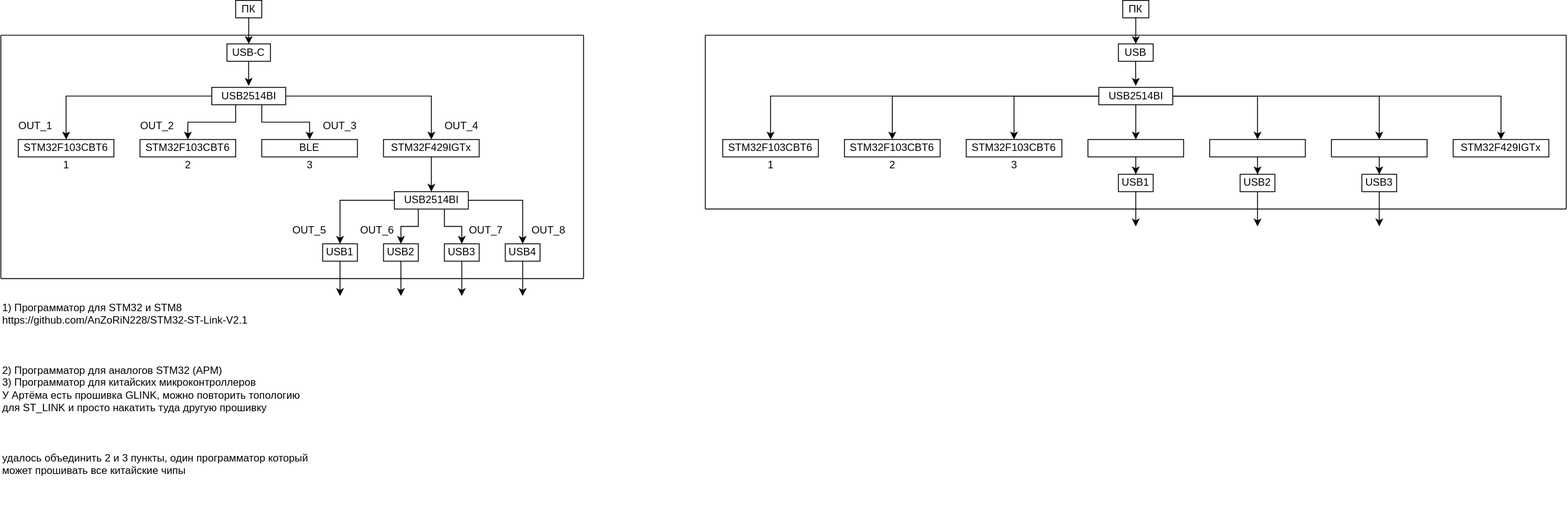
This is Блок схема.svg from Andrianov-Daniil/Smart_USB_Hub, a draw.io export, as it was before one commit. Source tidied: cells renumbered, new cells last; positions are measured from the earlier drawing's top-left corner, leaving out a move shared by most shapes.
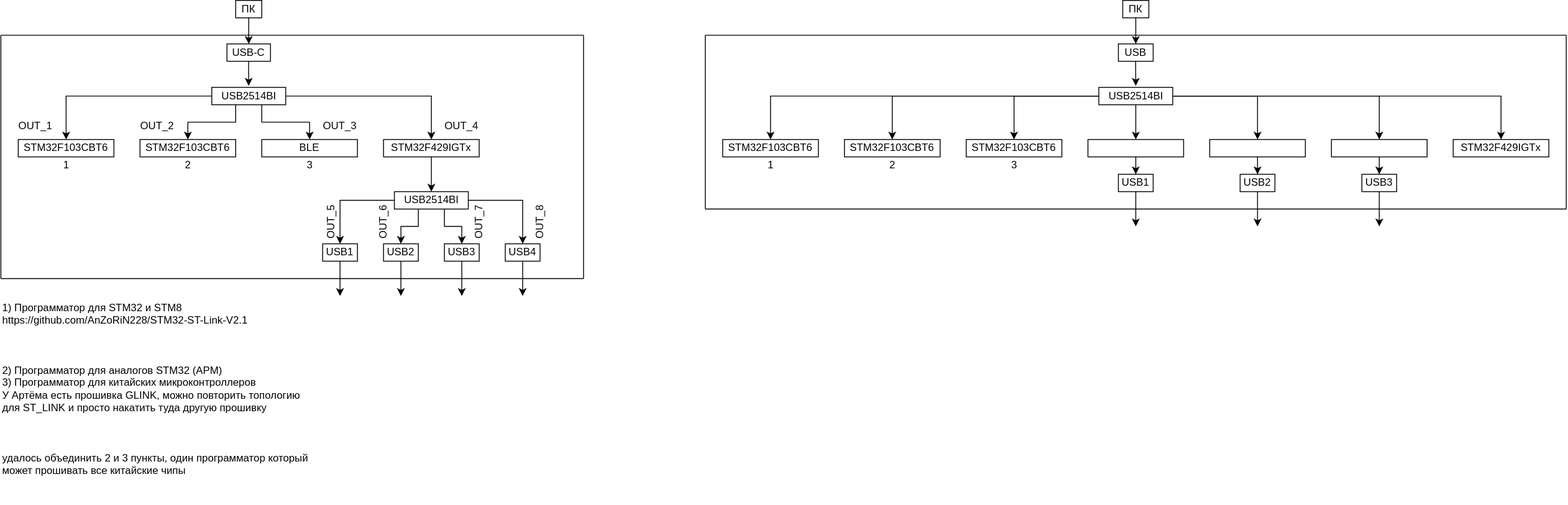
After the commit.

Diff of the diagram source:
```diff
@@ -292,17 +292,17 @@
     <mxCell id="75" value="OUT_4" style="text;html=1;whiteSpace=wrap;strokeColor=none;fillColor=none;align=center;verticalAlign=middle;rounded=0;" parent="1" vertex="1">
       <mxGeometry x="510" y="140" width="40" height="10" as="geometry" />
     </mxCell>
-    <mxCell id="76" value="OUT_5" style="text;html=1;whiteSpace=wrap;strokeColor=none;fillColor=none;align=center;verticalAlign=middle;rounded=0;" parent="1" vertex="1">
-      <mxGeometry x="335" y="260" width="40" height="10" as="geometry" />
+    <mxCell id="76" value="OUT_5" style="text;html=1;whiteSpace=wrap;strokeColor=none;fillColor=none;align=center;verticalAlign=middle;rounded=0;rotation=270;" parent="1" vertex="1">
+      <mxGeometry x="360" y="250" width="40" height="10" as="geometry" />
     </mxCell>
-    <mxCell id="77" value="OUT_6" style="text;html=1;whiteSpace=wrap;strokeColor=none;fillColor=none;align=center;verticalAlign=middle;rounded=0;" parent="1" vertex="1">
-      <mxGeometry x="412.5" y="260" width="40" height="10" as="geometry" />
+    <mxCell id="77" value="OUT_6" style="text;html=1;whiteSpace=wrap;strokeColor=none;fillColor=none;align=center;verticalAlign=middle;rounded=0;rotation=270;" parent="1" vertex="1">
+      <mxGeometry x="420" y="250" width="40" height="10" as="geometry" />
     </mxCell>
-    <mxCell id="78" value="OUT_7" style="text;html=1;whiteSpace=wrap;strokeColor=none;fillColor=none;align=center;verticalAlign=middle;rounded=0;" parent="1" vertex="1">
-      <mxGeometry x="537.5" y="260" width="40" height="10" as="geometry" />
+    <mxCell id="78" value="OUT_7" style="text;html=1;whiteSpace=wrap;strokeColor=none;fillColor=none;align=center;verticalAlign=middle;rounded=0;rotation=270;" parent="1" vertex="1">
+      <mxGeometry x="530" y="250" width="40" height="10" as="geometry" />
     </mxCell>
-    <mxCell id="79" value="OUT_8" style="text;html=1;whiteSpace=wrap;strokeColor=none;fillColor=none;align=center;verticalAlign=middle;rounded=0;" parent="1" vertex="1">
-      <mxGeometry x="610" y="260" width="40" height="10" as="geometry" />
+    <mxCell id="79" value="OUT_8" style="text;html=1;whiteSpace=wrap;strokeColor=none;fillColor=none;align=center;verticalAlign=middle;rounded=0;rotation=270;" parent="1" vertex="1">
+      <mxGeometry x="600" y="250" width="40" height="10" as="geometry" />
     </mxCell>
   </root>
 </mxGraphModel>
```
